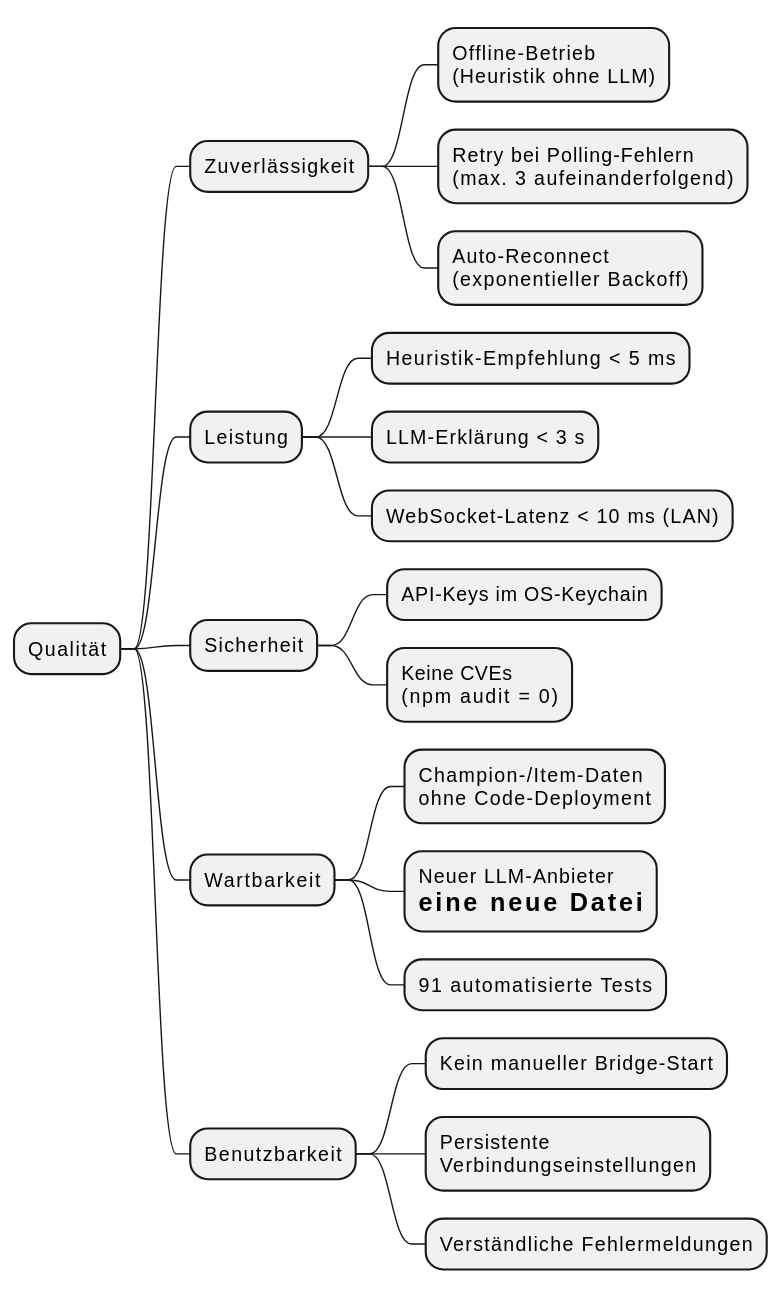
Earlier version of the PlantUML export docs/umls/10_quality_tree.svg (NexusHero/LOLRecommender). The source it was exported from:
```plantuml
@startmindmap
* Qualität
** Zuverlässigkeit
*** Offline-Betrieb\n(Heuristik ohne LLM)
*** Retry bei Polling-Fehlern\n(max. 3 aufeinanderfolgend)
*** Auto-Reconnect\n(exponentieller Backoff)
** Leistung
*** Heuristik-Empfehlung < 5 ms
*** LLM-Erklärung < 3 s
*** WebSocket-Latenz < 10 ms (LAN)
** Sicherheit
*** API-Keys im OS-Keychain
*** Keine CVEs\n(npm audit = 0)
** Wartbarkeit
*** Champion-/Item-Daten\nohne Code-Deployment
*** Neuer LLM-Anbieter\n= eine neue Datei
*** 91 automatisierte Tests
** Benutzbarkeit
*** Kein manueller Bridge-Start
*** Persistente\nVerbindungseinstellungen
*** Verständliche Fehlermeldungen
@endmindmap
```
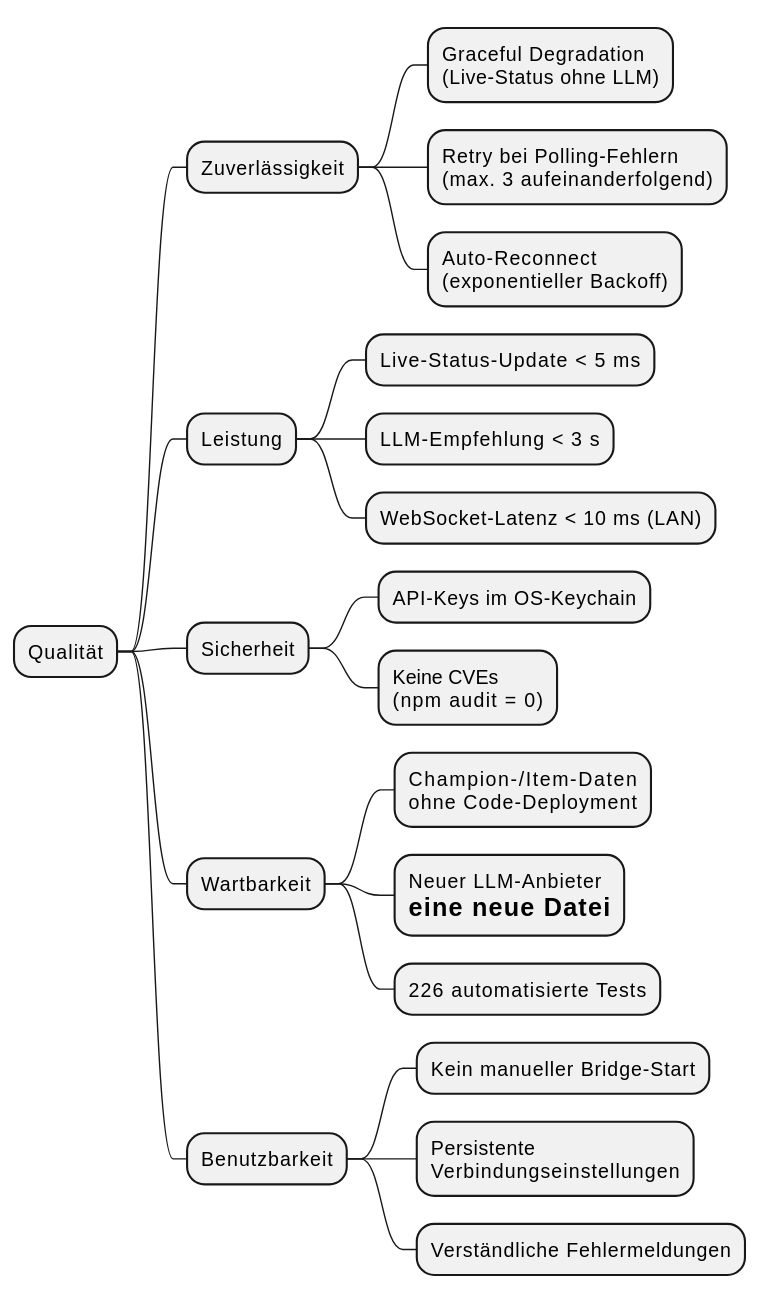
Above is the later version.

Diff of the diagram source:
```diff
@@ -1,12 +1,12 @@
 @startmindmap
 * Qualität
 ** Zuverlässigkeit
-*** Offline-Betrieb\n(Heuristik ohne LLM)
+*** Graceful Degradation\n(Live-Status ohne LLM)
 *** Retry bei Polling-Fehlern\n(max. 3 aufeinanderfolgend)
 *** Auto-Reconnect\n(exponentieller Backoff)
 ** Leistung
-*** Heuristik-Empfehlung < 5 ms
-*** LLM-Erklärung < 3 s
+*** Live-Status-Update < 5 ms
+*** LLM-Empfehlung < 3 s
 *** WebSocket-Latenz < 10 ms (LAN)
 ** Sicherheit
 *** API-Keys im OS-Keychain
@@ -14,7 +14,7 @@
 ** Wartbarkeit
 *** Champion-/Item-Daten\nohne Code-Deployment
 *** Neuer LLM-Anbieter\n= eine neue Datei
-*** 91 automatisierte Tests
+*** 226 automatisierte Tests
 ** Benutzbarkeit
 *** Kein manueller Bridge-Start
 *** Persistente\nVerbindungseinstellungen
```
